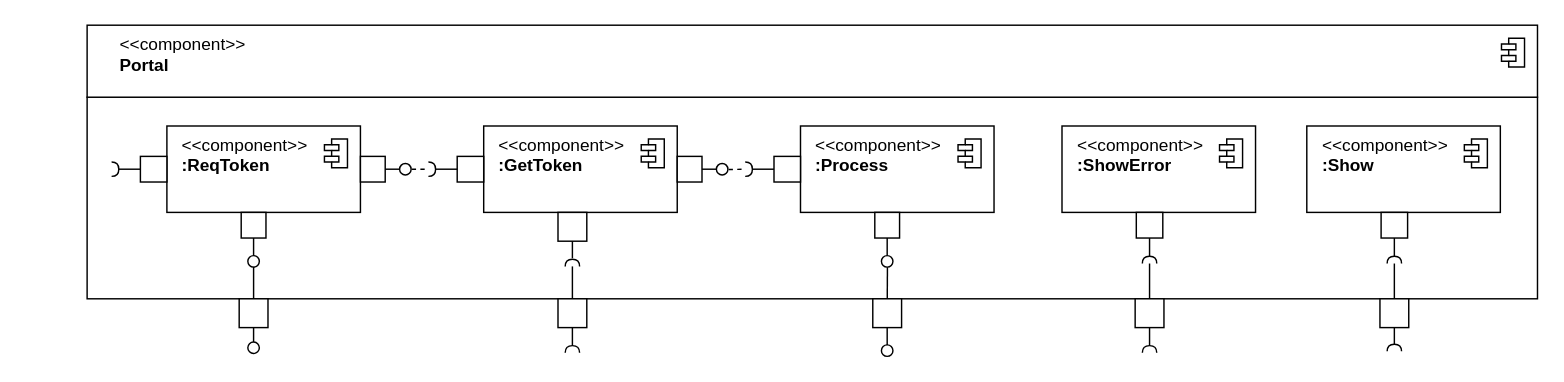
Earlier version of the draw.io diagram JYJ-原子构件-Token.drawio (WFUing/GRADUATION). Source tidied: cells renumbered, new cells numbered last; positions are measured from the earlier drawing's top-left corner, leaving out a move shared by most shapes. Both pictures are drawn from the tidied source at 144%, with x=0, y=0 at pixel (86, 24).
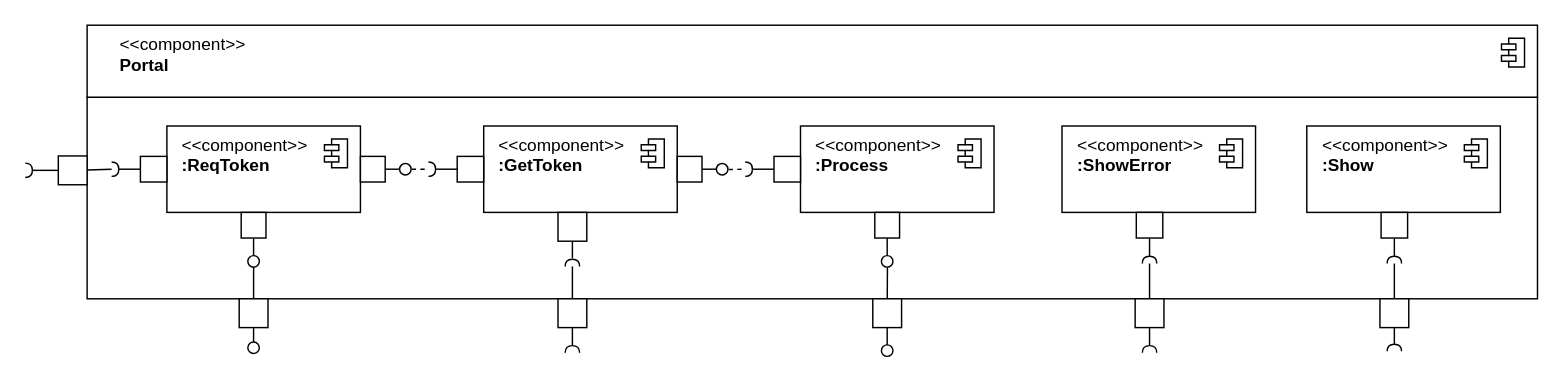
Above is the later version.

Commit message (it also covers changes not shown here):
更新JYJ-原子构件-Token.drawio

Unchanged cells that the change refers to:
```xml
<mxCell id="13" style="shape=requiredInterface;html=1;fontSize=11;align=center;fillColor=none;points=[];verticalAlign=bottom;labelPosition=center;verticalLabelPosition=top;flipH=1;rotation=-180;" parent="6" vertex="1">
  <mxGeometry y="25" width="5" height="10" as="geometry" />
</mxCell>
<mxCell id="24" style="shape=requiredInterface;html=1;fontSize=11;align=center;fillColor=none;points=[];verticalAlign=bottom;labelPosition=center;verticalLabelPosition=top;flipH=1;rotation=-180;" parent="20" vertex="1">
  <mxGeometry y="25" width="5" height="10" as="geometry" />
</mxCell>
<mxCell id="33" style="ellipse;html=1;fontSize=11;align=center;fillColor=none;points=[];verticalAlign=bottom;labelPosition=center;verticalLabelPosition=top;flipH=1;" parent="29" vertex="1">
  <mxGeometry x="200" y="26" width="8" height="8" as="geometry" />
</mxCell>
```

The edit, as a diff of the source:
```diff
@@
-    <mxCell id="19" style="rounded=0;jettySize=auto;html=1;labelBackgroundColor=none;endArrow=none;endFill=0;fontSize=9;dashed=1;exitX=-0.059;exitY=0.524;exitDx=0;exitDy=0;exitPerimeter=0;" parent="1" edge="1" source="33" target="24">
-      <mxGeometry relative="1" as="geometry" />
-    </mxCell>
@@
+    <mxCell id="19" style="rounded=0;jettySize=auto;html=1;labelBackgroundColor=none;endArrow=none;endFill=0;fontSize=9;dashed=1;exitX=-0.059;exitY=0.524;exitDx=0;exitDy=0;exitPerimeter=0;" parent="1" edge="1" source="33" target="24">
+      <mxGeometry relative="1" as="geometry" />
+    </mxCell>
@@
+    <mxCell id="73" style="html=1;rounded=0;" parent="1" vertex="1">
+      <mxGeometry x="-20" y="90.8" width="20" height="20" as="geometry" />
+    </mxCell>
+    <mxCell id="74" style="endArrow=none;html=1;rounded=0;align=center;verticalAlign=top;endFill=0;labelBackgroundColor=none;endSize=2;" parent="1" edge="1" source="73" target="75">
+      <mxGeometry relative="1" as="geometry" />
+    </mxCell>
+    <mxCell id="75" style="shape=requiredInterface;html=1;fontSize=11;align=center;fillColor=none;points=[];verticalAlign=bottom;labelPosition=center;verticalLabelPosition=top;flipH=1;rotation=-180;" parent="1" vertex="1">
+      <mxGeometry x="-43" y="95.8" width="5" height="10" as="geometry" />
+    </mxCell>
+    <mxCell id="76" style="endArrow=none;html=1;rounded=0;align=center;verticalAlign=top;endFill=0;labelBackgroundColor=none;endSize=2;" parent="1" edge="1" source="73" target="13">
+      <mxGeometry relative="1" as="geometry" />
+    </mxCell>
```
